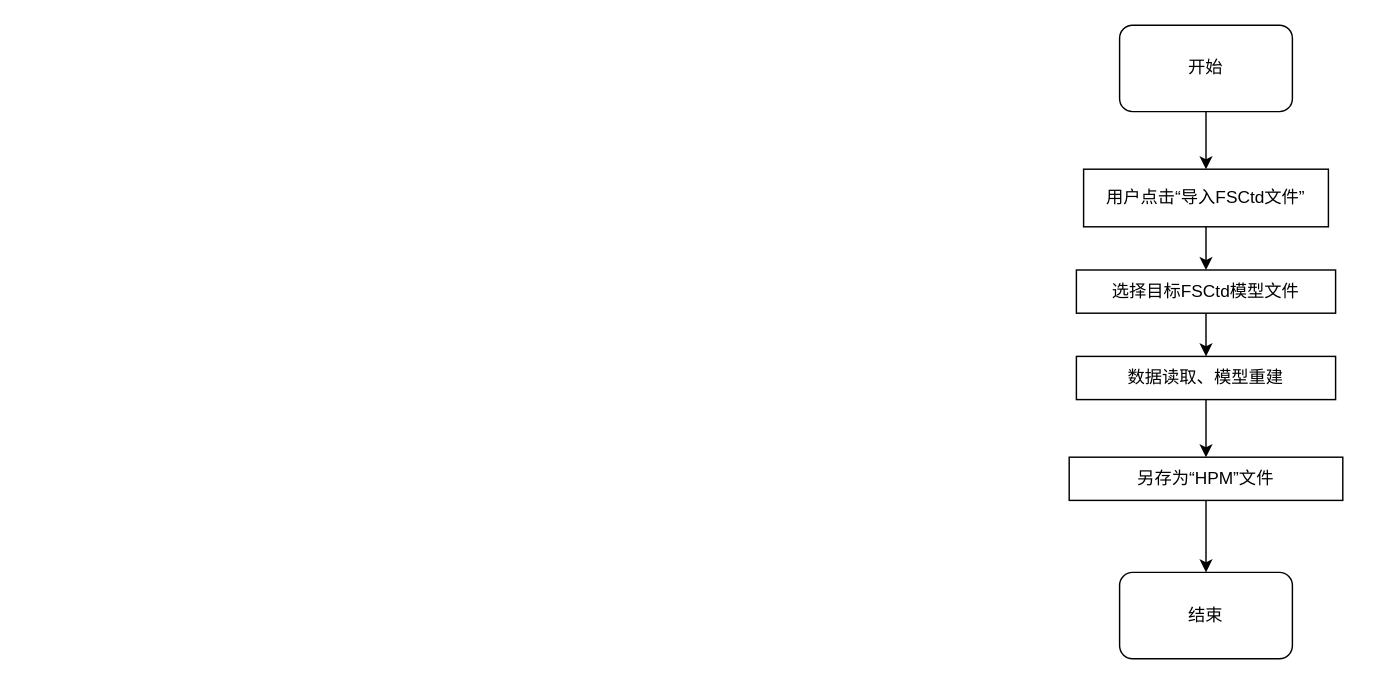
liuhuliuhu123/First-test keeps this draw.io diagram as 异构模型转换流程图.drawio. Above is the earlier version. Source tidied: cells renumbered, new cells numbered last; positions are measured from the earlier drawing's top-left corner, leaving out a move shared by most shapes. Both pictures are drawn from the tidied source at 144%, with x=0, y=0 at pixel (1068, 24).
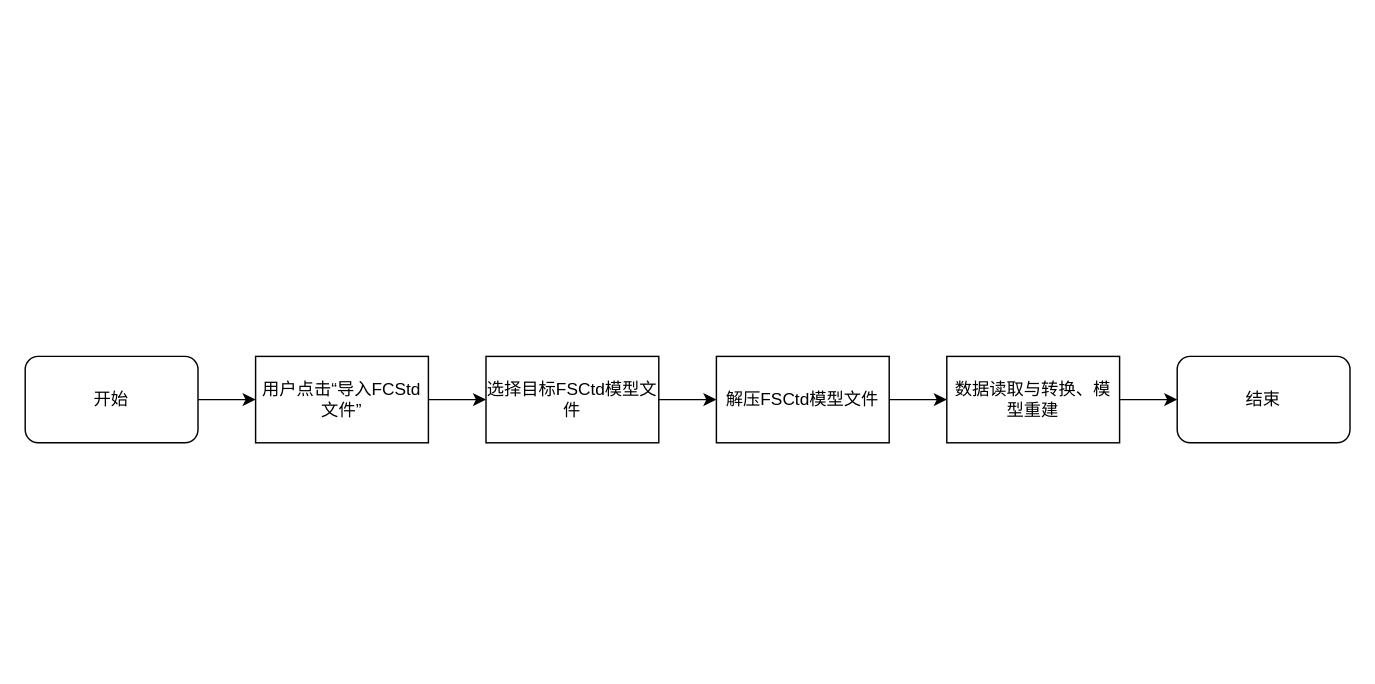
The same page after the edit.

Commit message:
更新异构模型转换流程图.drawio

Change to the diagram source:
```diff
@@
 <mxGraphModel>
   <root>
     <mxCell id="0" />
     <mxCell id="1" parent="0" />
-    <mxCell id="2" style="edgeStyle=orthogonalEdgeStyle;rounded=0;jettySize=auto;html=1;exitX=0.5;exitY=1;exitDx=0;exitDy=0;" parent="1" edge="1" source="3" target="5">
-      <mxGeometry relative="1" as="geometry" />
-    </mxCell>
+    <mxCell id="13" style="edgeStyle=orthogonalEdgeStyle;rounded=0;jettySize=auto;html=1;entryX=0;entryY=0.5;entryDx=0;entryDy=0;" parent="1" edge="1" source="3" target="15">
+      <mxGeometry relative="1" as="geometry" />
+    </mxCell>
     <mxCell id="3" value="开始" style="rounded=1;whiteSpace=wrap;html=1;" parent="1" vertex="1">
-      <mxGeometry x="35" width="120" height="60" as="geometry" />
+      <mxGeometry x="-725" y="230" width="120" height="60" as="geometry" />
     </mxCell>
-    <mxCell id="4" style="edgeStyle=orthogonalEdgeStyle;rounded=0;jettySize=auto;html=1;exitX=0.5;exitY=1;exitDx=0;exitDy=0;" parent="1" edge="1" source="5" target="7">
-      <mxGeometry relative="1" as="geometry" />
-    </mxCell>
-    <mxCell id="5" value="用户点击“导入FSCtd文件”" style="rounded=0;whiteSpace=wrap;html=1;" parent="1" vertex="1">
-      <mxGeometry x="10" y="100" width="170" height="40" as="geometry" />
-    </mxCell>
-    <mxCell id="6" style="edgeStyle=orthogonalEdgeStyle;rounded=0;jettySize=auto;html=1;exitX=0.5;exitY=1;exitDx=0;exitDy=0;" parent="1" edge="1" source="7" target="9">
-      <mxGeometry relative="1" as="geometry" />
-    </mxCell>
+    <mxCell id="14" style="edgeStyle=orthogonalEdgeStyle;rounded=0;jettySize=auto;html=1;entryX=0;entryY=0.5;entryDx=0;entryDy=0;" parent="1" edge="1" source="15" target="7">
+      <mxGeometry relative="1" as="geometry" />
+    </mxCell>
+    <mxCell id="15" value="用户点击“导入FCStd文件”" style="rounded=0;whiteSpace=wrap;html=1;" parent="1" vertex="1">
+      <mxGeometry x="-565" y="230" width="120" height="60" as="geometry" />
+    </mxCell>
+    <mxCell id="16" style="edgeStyle=orthogonalEdgeStyle;rounded=0;jettySize=auto;html=1;entryX=0;entryY=0.5;entryDx=0;entryDy=0;" parent="1" edge="1" source="7" target="18">
+      <mxGeometry relative="1" as="geometry" />
+    </mxCell>
     <mxCell id="7" value="选择目标FSCtd模型文件" style="rounded=0;whiteSpace=wrap;html=1;" parent="1" vertex="1">
-      <mxGeometry x="5" y="170" width="180" height="30" as="geometry" />
+      <mxGeometry x="-405" y="230" width="120" height="60" as="geometry" />
     </mxCell>
-    <mxCell id="8" style="edgeStyle=orthogonalEdgeStyle;rounded=0;jettySize=auto;html=1;entryX=0.5;entryY=0;entryDx=0;entryDy=0;" parent="1" edge="1" source="9" target="11">
-      <mxGeometry relative="1" as="geometry" />
-    </mxCell>
-    <mxCell id="9" value="数据读取、模型重建" style="rounded=0;whiteSpace=wrap;html=1;" parent="1" vertex="1">
-      <mxGeometry x="5" y="230" width="180" height="30" as="geometry" />
-    </mxCell>
-    <mxCell id="10" style="edgeStyle=orthogonalEdgeStyle;rounded=0;jettySize=auto;html=1;entryX=0.5;entryY=0;entryDx=0;entryDy=0;" parent="1" edge="1" source="11" target="12">
-      <mxGeometry relative="1" as="geometry" />
-    </mxCell>
-    <mxCell id="11" value="另存为“HPM”文件" style="rounded=0;whiteSpace=wrap;html=1;" parent="1" vertex="1">
-      <mxGeometry y="300" width="190" height="30" as="geometry" />
-    </mxCell>
+    <mxCell id="17" style="edgeStyle=orthogonalEdgeStyle;rounded=0;jettySize=auto;html=1;entryX=0;entryY=0.5;entryDx=0;entryDy=0;" parent="1" edge="1" source="18" target="20">
+      <mxGeometry relative="1" as="geometry" />
+    </mxCell>
+    <mxCell id="18" value="解压FSCtd模型文件" style="rounded=0;whiteSpace=wrap;html=1;" parent="1" vertex="1">
+      <mxGeometry x="-245" y="230" width="120" height="60" as="geometry" />
+    </mxCell>
+    <mxCell id="19" style="edgeStyle=orthogonalEdgeStyle;rounded=0;jettySize=auto;html=1;entryX=0;entryY=0.5;entryDx=0;entryDy=0;" parent="1" edge="1" source="20" target="12">
+      <mxGeometry relative="1" as="geometry" />
+    </mxCell>
+    <mxCell id="20" value="数据读取与转换、模型重建" style="rounded=0;whiteSpace=wrap;html=1;" parent="1" vertex="1">
+      <mxGeometry x="-85" y="230" width="120" height="60" as="geometry" />
+    </mxCell>
     <mxCell id="12" value="结束" style="rounded=1;whiteSpace=wrap;html=1;" parent="1" vertex="1">
-      <mxGeometry x="35" y="380" width="120" height="60" as="geometry" />
+      <mxGeometry x="75" y="230" width="120" height="60" as="geometry" />
     </mxCell>
   </root>
 </mxGraphModel>
```
